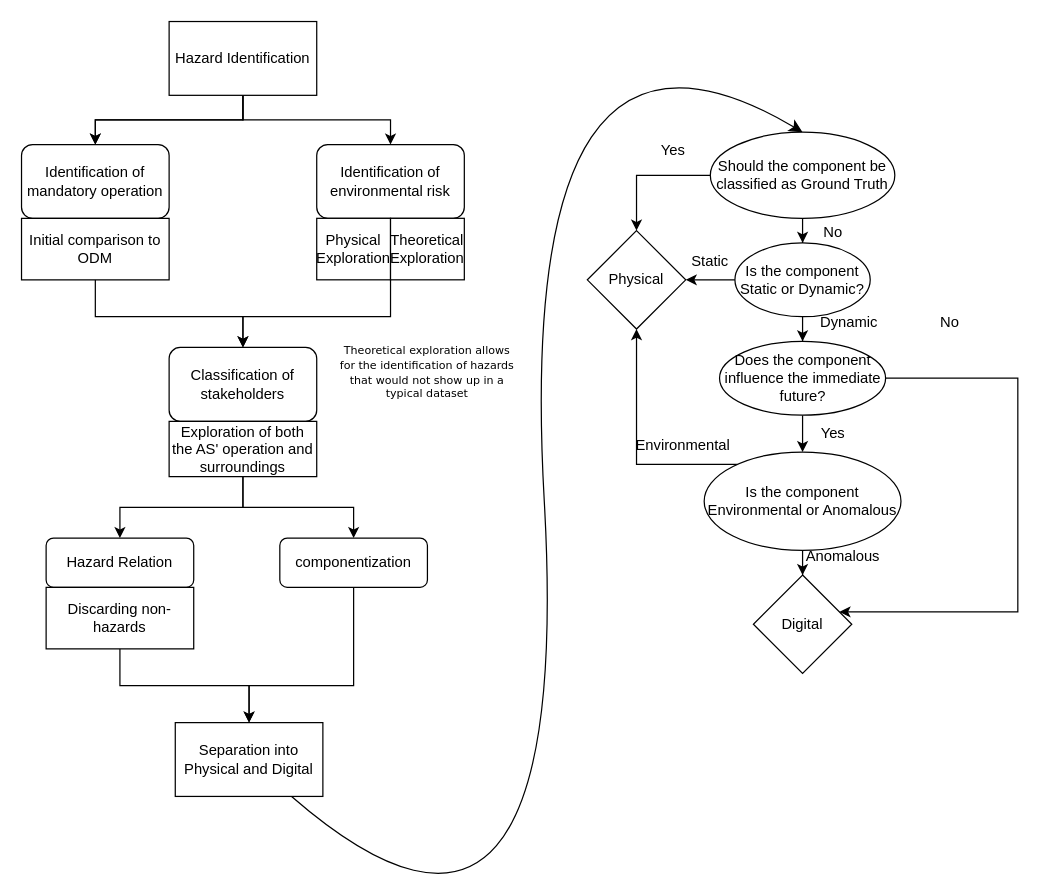
Before: Step 2/Step-2.drawio in TortoiseFather/SACRED, a draw.io diagram. Source tidied: cells renumbered, new cells numbered last; positions are measured from the earlier drawing's top-left corner, leaving out a move shared by most shapes. Both pictures are drawn from the tidied source at 123%, with x=0, y=0 at pixel (21, -41).
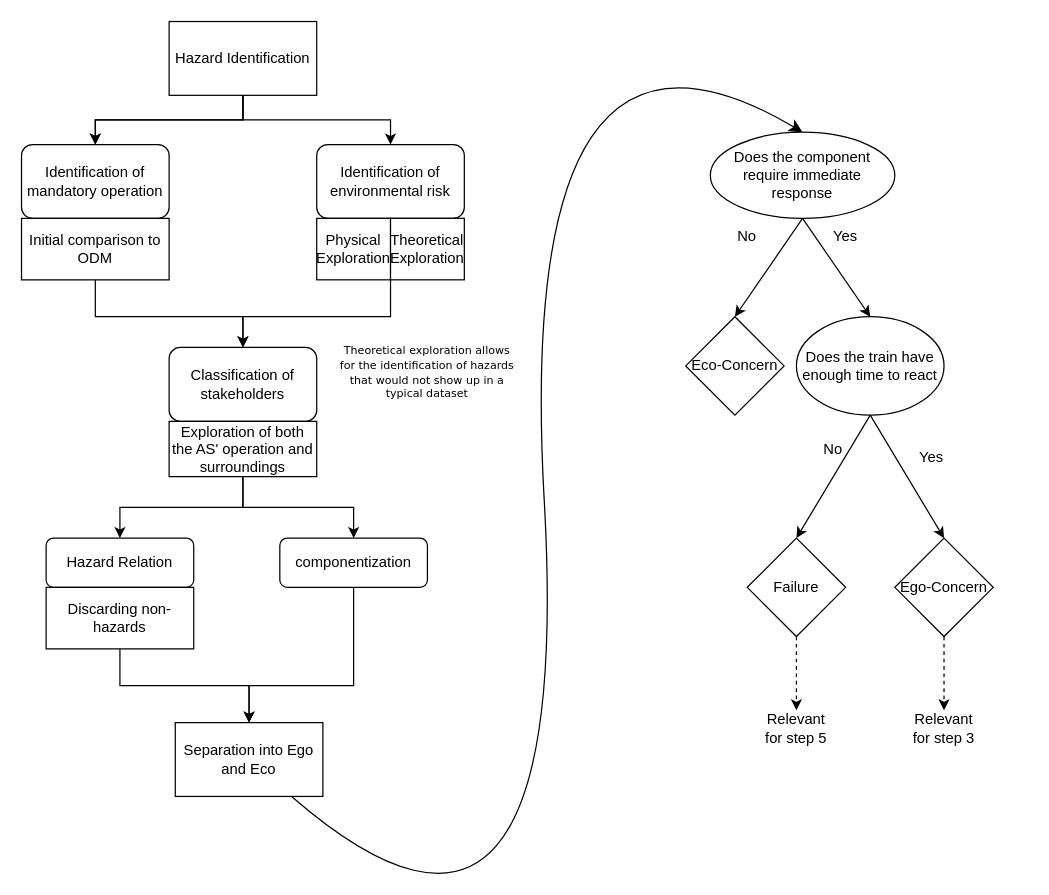
After the change.

Diff of the diagram source:
```diff
@@
-    <mxCell id="11" value="Separation into Physical and Digital" style="rounded=0;whiteSpace=wrap;html=1;" parent="1" vertex="1">
+    <mxCell id="11" value="Separation into Ego and Eco" style="rounded=0;whiteSpace=wrap;html=1;" parent="1" vertex="1">
       <mxGeometry x="125" y="620" width="120" height="60" as="geometry" />
     </mxCell>
-    <mxCell id="12" value="Physical" style="rhombus;whiteSpace=wrap;html=1;rounded=0;" parent="1" vertex="1">
-      <mxGeometry x="460" y="220" width="80" height="80" as="geometry" />
-    </mxCell>
-    <mxCell id="13" value="Digital" style="rhombus;whiteSpace=wrap;html=1;rounded=0;" parent="1" vertex="1">
-      <mxGeometry x="595" y="500" width="80" height="80" as="geometry" />
-    </mxCell>
@@
-    <mxCell id="27" style="edgeStyle=orthogonalEdgeStyle;rounded=0;jettySize=auto;html=1;entryX=0.5;entryY=0;entryDx=0;entryDy=0;" parent="1" edge="1" source="29" target="12">
-      <mxGeometry relative="1" as="geometry" />
-    </mxCell>
-    <mxCell id="28" style="edgeStyle=orthogonalEdgeStyle;rounded=0;jettySize=auto;html=1;" parent="1" edge="1" source="29" target="33">
-      <mxGeometry relative="1" as="geometry" />
-    </mxCell>
+    <mxCell id="47" style="rounded=0;jettySize=auto;html=1;exitX=0.5;exitY=1;exitDx=0;exitDy=0;entryX=0.5;entryY=0;entryDx=0;entryDy=0;" parent="1" edge="1" source="29" target="55">
+      <mxGeometry relative="1" as="geometry" />
+    </mxCell>
-    <mxCell id="29" value="Should the component be classified as Ground Truth" style="ellipse;whiteSpace=wrap;html=1;" parent="1" vertex="1">
+    <mxCell id="29" value="Does the component require immediate response" style="ellipse;whiteSpace=wrap;html=1;" parent="1" vertex="1">
       <mxGeometry x="560" y="140" width="150" height="70" as="geometry" />
     </mxCell>
-    <mxCell id="30" value="Yes" style="text;html=1;strokeColor=none;fillColor=none;align=center;verticalAlign=middle;whiteSpace=wrap;rounded=0;" parent="1" vertex="1">
-      <mxGeometry x="500" y="140" width="60" height="30" as="geometry" />
-    </mxCell>
-    <mxCell id="31" style="edgeStyle=orthogonalEdgeStyle;rounded=0;jettySize=auto;html=1;" parent="1" edge="1" source="33" target="12">
-      <mxGeometry relative="1" as="geometry" />
-    </mxCell>
-    <mxCell id="32" style="edgeStyle=orthogonalEdgeStyle;rounded=0;jettySize=auto;html=1;" parent="1" edge="1" source="33" target="38">
-      <mxGeometry relative="1" as="geometry" />
-    </mxCell>
-    <mxCell id="33" value="Is the component Static or Dynamic?" style="ellipse;whiteSpace=wrap;html=1;" parent="1" vertex="1">
-      <mxGeometry x="580" y="230" width="110" height="60" as="geometry" />
-    </mxCell>
-    <mxCell id="34" value="Static" style="text;html=1;strokeColor=none;fillColor=none;align=center;verticalAlign=middle;whiteSpace=wrap;rounded=0;" parent="1" vertex="1">
-      <mxGeometry x="530" y="230" width="60" height="30" as="geometry" />
-    </mxCell>
-    <mxCell id="35" value="No" style="text;html=1;strokeColor=none;fillColor=none;align=center;verticalAlign=middle;whiteSpace=wrap;rounded=0;" parent="1" vertex="1">
-      <mxGeometry x="630" y="207" width="60" height="30" as="geometry" />
-    </mxCell>
-    <mxCell id="36" style="edgeStyle=orthogonalEdgeStyle;rounded=0;jettySize=auto;html=1;" parent="1" edge="1" source="38" target="13">
-      <mxGeometry relative="1" as="geometry">
-        <Array as="points">
-          <mxPoint x="810" y="340" />
-          <mxPoint x="810" y="530" />
-        </Array>
-      </mxGeometry>
-    </mxCell>
-    <mxCell id="37" style="edgeStyle=orthogonalEdgeStyle;rounded=0;jettySize=auto;html=1;" parent="1" edge="1" source="38" target="42">
-      <mxGeometry relative="1" as="geometry" />
-    </mxCell>
-    <mxCell id="38" value="Does the component influence the immediate future?" style="ellipse;whiteSpace=wrap;html=1;" parent="1" vertex="1">
-      <mxGeometry x="567.5" y="310" width="135" height="60" as="geometry" />
-    </mxCell>
-    <mxCell id="39" value="No" style="text;html=1;strokeColor=none;fillColor=none;align=center;verticalAlign=middle;whiteSpace=wrap;rounded=0;" parent="1" vertex="1">
-      <mxGeometry x="725" y="280" width="60" height="30" as="geometry" />
-    </mxCell>
-    <mxCell id="40" style="edgeStyle=orthogonalEdgeStyle;rounded=0;jettySize=auto;html=1;" parent="1" edge="1" source="42" target="13">
-      <mxGeometry relative="1" as="geometry" />
-    </mxCell>
-    <mxCell id="41" style="edgeStyle=orthogonalEdgeStyle;rounded=0;jettySize=auto;html=1;entryX=0.5;entryY=1;entryDx=0;entryDy=0;" parent="1" edge="1" source="42" target="12">
-      <mxGeometry relative="1" as="geometry">
-        <Array as="points">
-          <mxPoint x="500" y="410" />
-        </Array>
-      </mxGeometry>
-    </mxCell>
-    <mxCell id="42" value="Is the component Environmental or Anomalous" style="ellipse;whiteSpace=wrap;html=1;" parent="1" vertex="1">
-      <mxGeometry x="555" y="400" width="160" height="80" as="geometry" />
-    </mxCell>
-    <mxCell id="43" value="Environmental" style="text;html=1;strokeColor=none;fillColor=none;align=center;verticalAlign=middle;whiteSpace=wrap;rounded=0;" parent="1" vertex="1">
-      <mxGeometry x="507.5" y="380" width="60" height="30" as="geometry" />
-    </mxCell>
-    <mxCell id="44" value="Anomalous" style="text;html=1;strokeColor=none;fillColor=none;align=center;verticalAlign=middle;whiteSpace=wrap;rounded=0;" parent="1" vertex="1">
-      <mxGeometry x="638" y="470" width="60" height="30" as="geometry" />
-    </mxCell>
-    <mxCell id="45" value="Yes" style="text;html=1;strokeColor=none;fillColor=none;align=center;verticalAlign=middle;whiteSpace=wrap;rounded=0;" parent="1" vertex="1">
-      <mxGeometry x="630" y="370" width="60" height="30" as="geometry" />
-    </mxCell>
-    <mxCell id="46" value="Dynamic" style="text;html=1;strokeColor=none;fillColor=none;align=center;verticalAlign=middle;whiteSpace=wrap;rounded=0;" parent="1" vertex="1">
-      <mxGeometry x="642.5" y="280" width="60" height="30" as="geometry" />
-    </mxCell>
+    <mxCell id="48" style="rounded=0;jettySize=auto;html=1;exitX=0.5;exitY=1;exitDx=0;exitDy=0;entryX=0.5;entryY=0;entryDx=0;entryDy=0;" parent="1" edge="1" source="49" target="51">
+      <mxGeometry relative="1" as="geometry" />
+    </mxCell>
+    <mxCell id="49" value="Does the train have enough time to react" style="ellipse;whiteSpace=wrap;html=1;" parent="1" vertex="1">
+      <mxGeometry x="630" y="290" width="120" height="80" as="geometry" />
+    </mxCell>
+    <mxCell id="50" style="edgeStyle=orthogonalEdgeStyle;rounded=0;jettySize=auto;html=1;dashed=1;" parent="1" edge="1" source="51">
+      <mxGeometry relative="1" as="geometry">
+        <mxPoint x="630" y="610" as="targetPoint" />
+      </mxGeometry>
+    </mxCell>
+    <mxCell id="51" value="Failure" style="rhombus;whiteSpace=wrap;html=1;" parent="1" vertex="1">
+      <mxGeometry x="590" y="470" width="80" height="80" as="geometry" />
+    </mxCell>
+    <mxCell id="52" style="endArrow=classic;html=1;rounded=1;exitX=0.5;exitY=1;exitDx=0;exitDy=0;entryX=0.5;entryY=0;entryDx=0;entryDy=0;strokeColor=default;curved=0;" parent="1" edge="1" source="29" target="49">
+      <mxGeometry relative="1" as="geometry" />
+    </mxCell>
+    <mxCell id="53" style="edgeStyle=orthogonalEdgeStyle;rounded=0;jettySize=auto;html=1;dashed=1;" parent="1" edge="1" source="54">
+      <mxGeometry relative="1" as="geometry">
+        <mxPoint x="750" y="610" as="targetPoint" />
+      </mxGeometry>
+    </mxCell>
+    <mxCell id="54" value="Ego-Concern" style="rhombus;whiteSpace=wrap;html=1;" parent="1" vertex="1">
+      <mxGeometry x="710" y="470" width="80" height="80" as="geometry" />
+    </mxCell>
+    <mxCell id="55" value="Eco-Concern" style="rhombus;whiteSpace=wrap;html=1;" parent="1" vertex="1">
+      <mxGeometry x="540" y="290" width="80" height="80" as="geometry" />
+    </mxCell>
+    <mxCell id="56" style="rounded=0;jettySize=auto;html=1;exitX=0.5;exitY=1;exitDx=0;exitDy=0;entryX=0.5;entryY=0;entryDx=0;entryDy=0;" parent="1" edge="1" source="49" target="54">
+      <mxGeometry relative="1" as="geometry" />
+    </mxCell>
+    <mxCell id="57" value="Yes" style="text;html=1;align=center;verticalAlign=middle;whiteSpace=wrap;rounded=0;" parent="1" vertex="1">
+      <mxGeometry x="640" y="210" width="60" height="30" as="geometry" />
+    </mxCell>
+    <mxCell id="58" value="Yes" style="text;html=1;align=center;verticalAlign=middle;whiteSpace=wrap;rounded=0;" parent="1" vertex="1">
+      <mxGeometry x="710" y="390" width="60" height="30" as="geometry" />
+    </mxCell>
+    <mxCell id="59" value="No" style="text;html=1;align=center;verticalAlign=middle;whiteSpace=wrap;rounded=0;" parent="1" vertex="1">
+      <mxGeometry x="630" y="382.5" width="60" height="30" as="geometry" />
+    </mxCell>
+    <mxCell id="60" value="No" style="text;html=1;align=center;verticalAlign=middle;whiteSpace=wrap;rounded=0;" parent="1" vertex="1">
+      <mxGeometry x="560" y="210" width="60" height="30" as="geometry" />
+    </mxCell>
+    <mxCell id="61" value="Relevant for step 3" style="text;html=1;align=center;verticalAlign=middle;whiteSpace=wrap;rounded=0;" parent="1" vertex="1">
+      <mxGeometry x="720" y="610" width="60" height="30" as="geometry" />
+    </mxCell>
+    <mxCell id="62" value="Relevant for step 5" style="text;html=1;align=center;verticalAlign=middle;whiteSpace=wrap;rounded=0;" parent="1" vertex="1">
+      <mxGeometry x="600" y="610" width="60" height="30" as="geometry" />
+    </mxCell>
```
